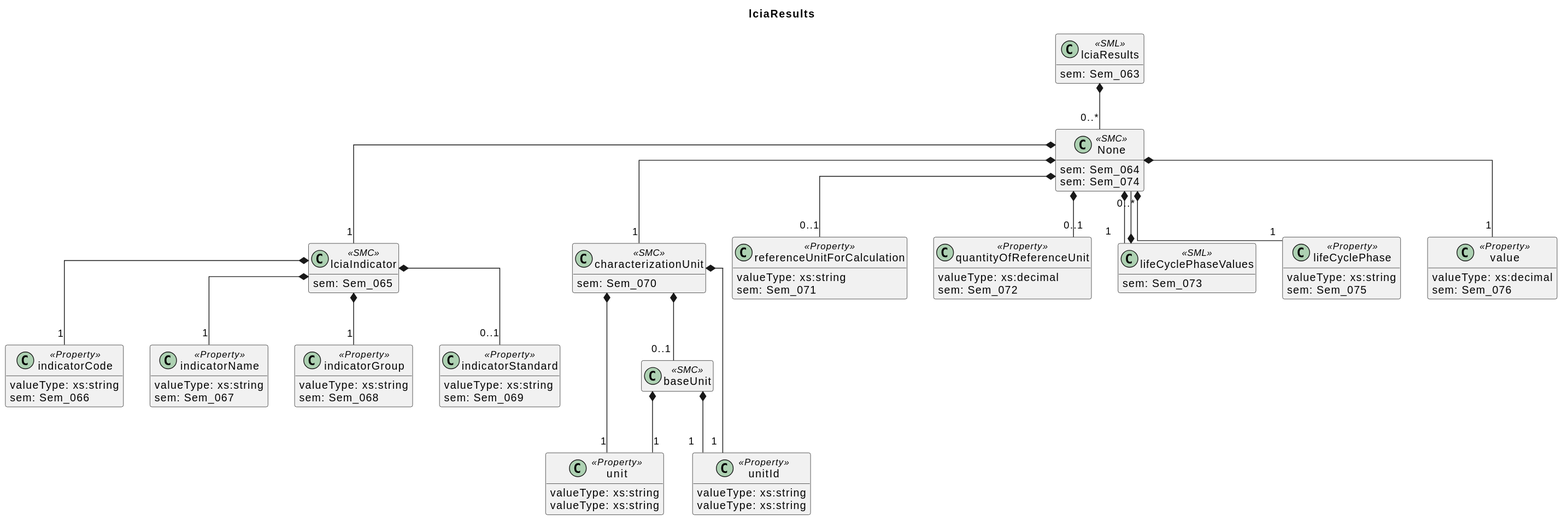
Above: docs/model/sections/lciaResults.svg in Leeeks/aas-epd-type-iii-submodel (PlantUML), before the change.
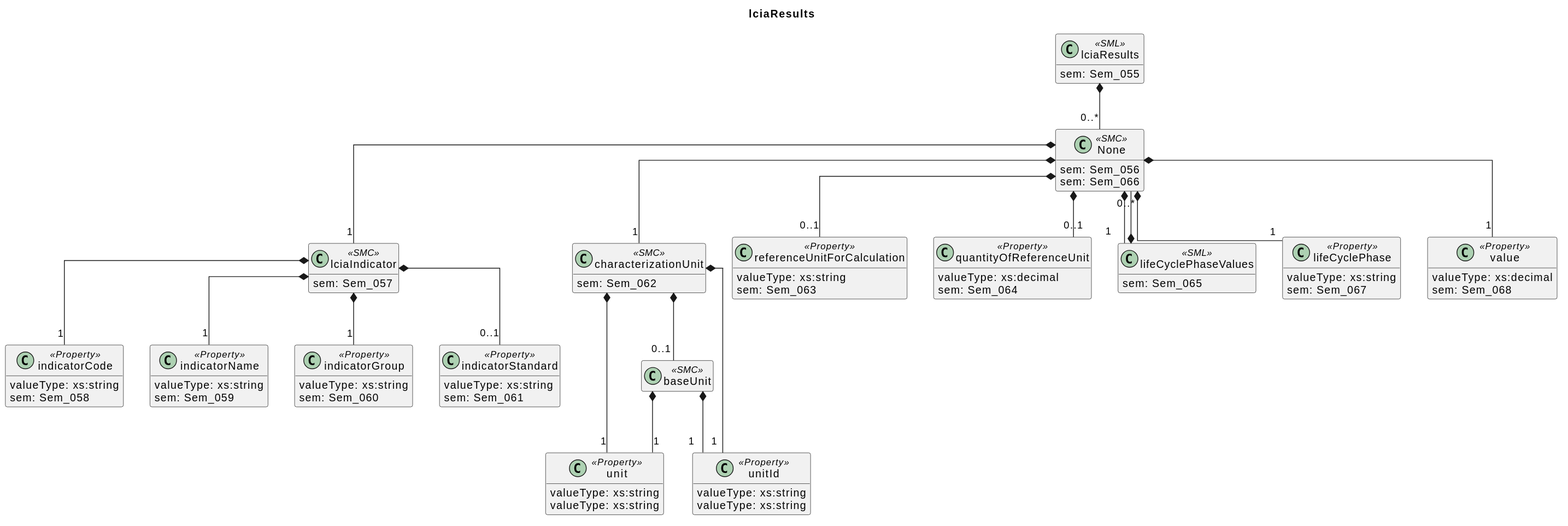
Above is the later version.

What changed in the source:
```diff
@@ -5,32 +5,32 @@
 hide empty members
 
 class lciaResults <<SML>> {
-  sem: Sem_063
+  sem: Sem_055
 }
 class None <<SMC>> {
-  sem: Sem_064
+  sem: Sem_056
 }
 class lciaIndicator <<SMC>> {
-  sem: Sem_065
+  sem: Sem_057
 }
 class indicatorCode <<Property>> {
   valueType: xs:string
-  sem: Sem_066
+  sem: Sem_058
 }
 class indicatorName <<Property>> {
   valueType: xs:string
-  sem: Sem_067
+  sem: Sem_059
 }
 class indicatorGroup <<Property>> {
   valueType: xs:string
-  sem: Sem_068
+  sem: Sem_060
 }
 class indicatorStandard <<Property>> {
   valueType: xs:string
-  sem: Sem_069
+  sem: Sem_061
 }
 class characterizationUnit <<SMC>> {
-  sem: Sem_070
+  sem: Sem_062
 }
 class unit <<Property>> {
   valueType: xs:string
@@ -48,25 +48,25 @@
 }
 class referenceUnitForCalculation <<Property>> {
   valueType: xs:string
-  sem: Sem_071
+  sem: Sem_063
 }
 class quantityOfReferenceUnit <<Property>> {
   valueType: xs:decimal
-  sem: Sem_072
+  sem: Sem_064
 }
 class lifeCyclePhaseValues <<SML>> {
-  sem: Sem_073
+  sem: Sem_065
 }
 class None <<SMC>> {
-  sem: Sem_074
+  sem: Sem_066
 }
 class lifeCyclePhase <<Property>> {
   valueType: xs:string
-  sem: Sem_075
+  sem: Sem_067
 }
 class value <<Property>> {
   valueType: xs:decimal
-  sem: Sem_076
+  sem: Sem_068
 }
 
 lciaResults *-- "0..*" None
```
